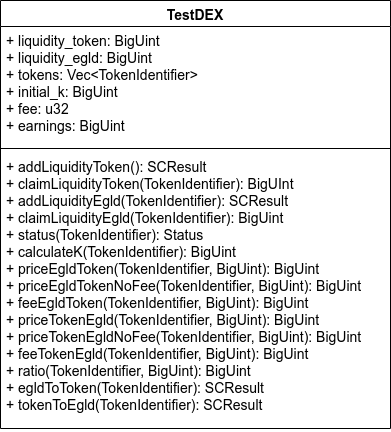
The draw.io diagram images/TestDEX.png in sergiogrubio/TFM_latex, before a commit. Source tidied: cells renumbered, new cells last; positions are measured from the earlier drawing's top-left corner, leaving out a move shared by most shapes.
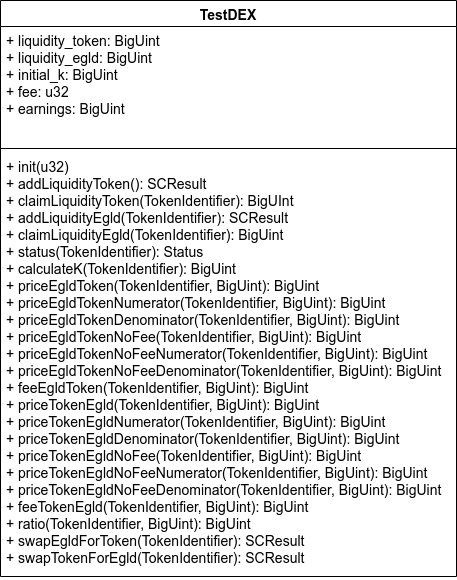
The same file after the commit.

Change to the diagram source:
```diff
@@ -3,16 +3,16 @@
     <mxCell id="0" />
     <mxCell id="1" parent="0" />
     <mxCell id="2" value="TestDEX" style="swimlane;fontStyle=1;align=center;verticalAlign=top;horizontal=1;startSize=26;fontSize=14;" parent="1" vertex="1">
-      <mxGeometry width="390" height="428" as="geometry" />
+      <mxGeometry width="456" height="576" as="geometry" />
     </mxCell>
-    <mxCell id="3" value="+ liquidity_token: BigUint&#10;+ liquidity_egld: BigUint&#10;+ tokens: Vec&lt;TokenIdentifier&gt;&#10;+ initial_k: BigUint&#10;+ fee: u32&#10;+ earnings: BigUint" style="text;strokeColor=none;fillColor=none;align=left;verticalAlign=top;spacingLeft=4;spacingRight=4;overflow=hidden;fontSize=14;" parent="2" vertex="1">
-      <mxGeometry y="26" width="390" height="118" as="geometry" />
+    <mxCell id="3" value="+ liquidity_token: BigUint&#10;+ liquidity_egld: BigUint&#10;+ initial_k: BigUint&#10;+ fee: u32&#10;+ earnings: BigUint" style="text;strokeColor=none;fillColor=none;align=left;verticalAlign=top;spacingLeft=4;spacingRight=4;overflow=hidden;fontSize=14;" parent="2" vertex="1">
+      <mxGeometry y="26" width="456" height="118" as="geometry" />
     </mxCell>
     <mxCell id="4" style="line;strokeWidth=1;fillColor=none;align=left;verticalAlign=middle;spacingTop=-1;spacingLeft=3;spacingRight=3;labelPosition=right;fontSize=14;" parent="2" vertex="1">
-      <mxGeometry y="144" width="390" height="8" as="geometry" />
+      <mxGeometry y="144" width="456" height="8" as="geometry" />
     </mxCell>
-    <mxCell id="5" value="+ addLiquidityToken(): SCResult&#10;+ claimLiquidityToken(TokenIdentifier): BigUInt&#10;+ addLiquidityEgld(TokenIdentifier): SCResult&#10;+ claimLiquidityEgld(TokenIdentifier): BigUint&#10;+ status(TokenIdentifier): Status&#10;+ calculateK(TokenIdentifier): BigUint&#10;+ priceEgldToken(TokenIdentifier, BigUint): BigUint&#10;+ priceEgldTokenNoFee(TokenIdentifier, BigUint): BigUint&#10;+ feeEgldToken(TokenIdentifier, BigUint): BigUint&#10;+ priceTokenEgld(TokenIdentifier, BigUint): BigUint&#10;+ priceTokenEgldNoFee(TokenIdentifier, BigUint): BigUint&#10;+ feeTokenEgld(TokenIdentifier, BigUint): BigUint&#10;+ ratio(TokenIdentifier, BigUint): BigUint&#10;+ egldToToken(TokenIdentifier): SCResult&#10;+ tokenToEgld(TokenIdentifier): SCResult&#10;&#10;&#10;&#10;" style="text;strokeColor=none;fillColor=none;align=left;verticalAlign=top;spacingLeft=4;spacingRight=4;overflow=hidden;fontSize=14;" parent="2" vertex="1">
-      <mxGeometry y="152" width="390" height="276" as="geometry" />
+    <mxCell id="5" value="+ init(u32)&#10;+ addLiquidityToken(): SCResult&#10;+ claimLiquidityToken(TokenIdentifier): BigUInt&#10;+ addLiquidityEgld(TokenIdentifier): SCResult&#10;+ claimLiquidityEgld(TokenIdentifier): BigUint&#10;+ status(TokenIdentifier): Status&#10;+ calculateK(TokenIdentifier): BigUint&#10;+ priceEgldToken(TokenIdentifier, BigUint): BigUint&#10;+ priceEgldTokenNumerator(TokenIdentifier, BigUint): BigUint&#10;+ priceEgldTokenDenominator(TokenIdentifier, BigUint): BigUint&#10;+ priceEgldTokenNoFee(TokenIdentifier, BigUint): BigUint&#10;+ priceEgldTokenNoFeeNumerator(TokenIdentifier, BigUint): BigUint&#10;+ priceEgldTokenNoFeeDenominator(TokenIdentifier, BigUint): BigUint&#10;+ feeEgldToken(TokenIdentifier, BigUint): BigUint&#10;+ priceTokenEgld(TokenIdentifier, BigUint): BigUint&#10;+ priceTokenEgldNumerator(TokenIdentifier, BigUint): BigUint&#10;+ priceTokenEgldDenominator(TokenIdentifier, BigUint): BigUint&#10;+ priceTokenEgldNoFee(TokenIdentifier, BigUint): BigUint&#10;+ priceTokenEgldNoFeeNumerator(TokenIdentifier, BigUint): BigUint&#10;+ priceTokenEgldNoFeeDenominator(TokenIdentifier, BigUint): BigUint&#10;+ feeTokenEgld(TokenIdentifier, BigUint): BigUint&#10;+ ratio(TokenIdentifier, BigUint): BigUint&#10;+ swapEgldForToken(TokenIdentifier): SCResult&#10;+ swapTokenForEgld(TokenIdentifier): SCResult&#10;&#10;&#10;&#10;" style="text;strokeColor=none;fillColor=none;align=left;verticalAlign=top;spacingLeft=4;spacingRight=4;overflow=hidden;fontSize=14;" parent="2" vertex="1">
+      <mxGeometry y="152" width="456" height="424" as="geometry" />
     </mxCell>
   </root>
 </mxGraphModel>
```
